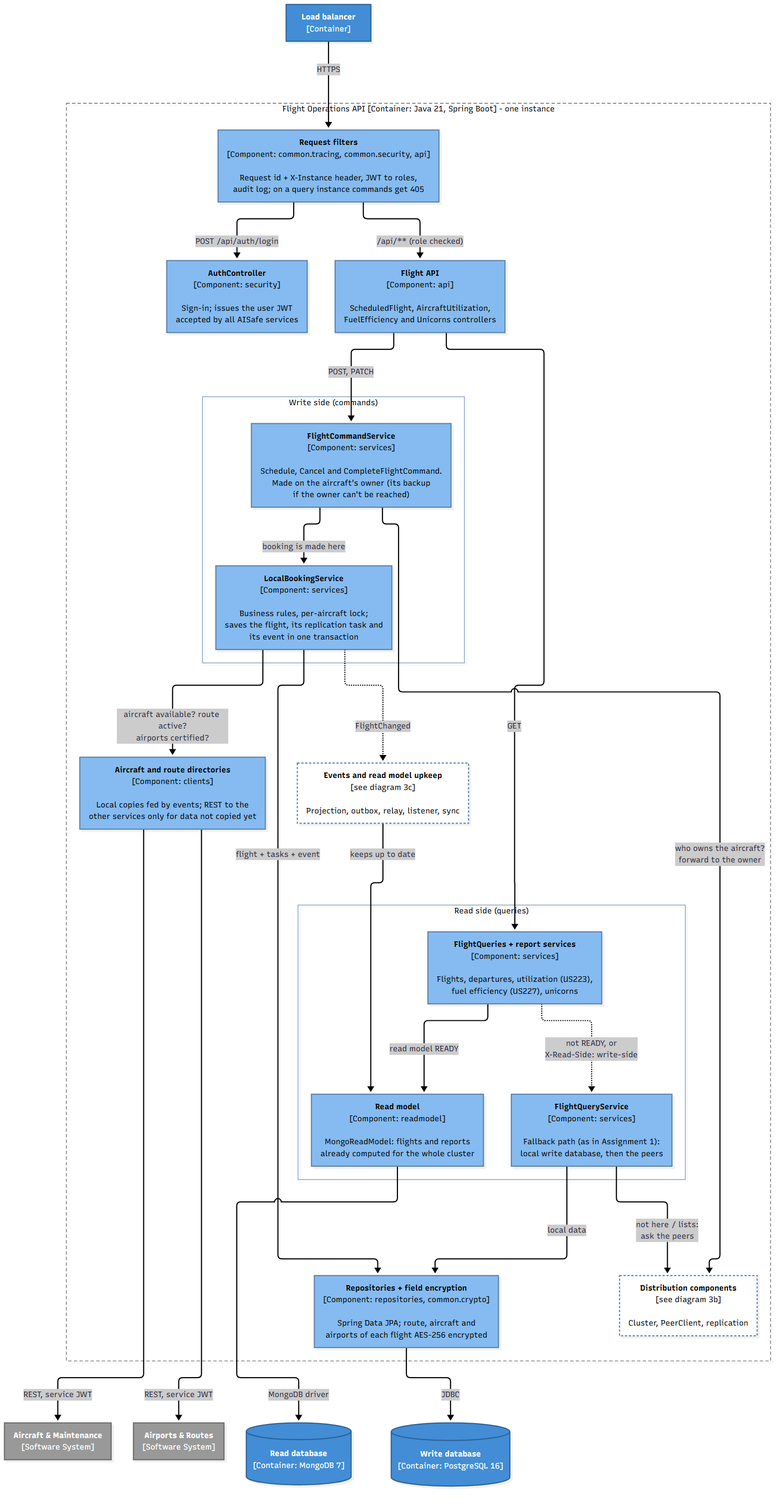
ImJay1527/flight-operations-service keeps this Mermaid diagram as docs/c4/3a-components-requests.png. Above is the earlier version. Its source is kept beside it as docs/c4/3a-components-requests.mmd.
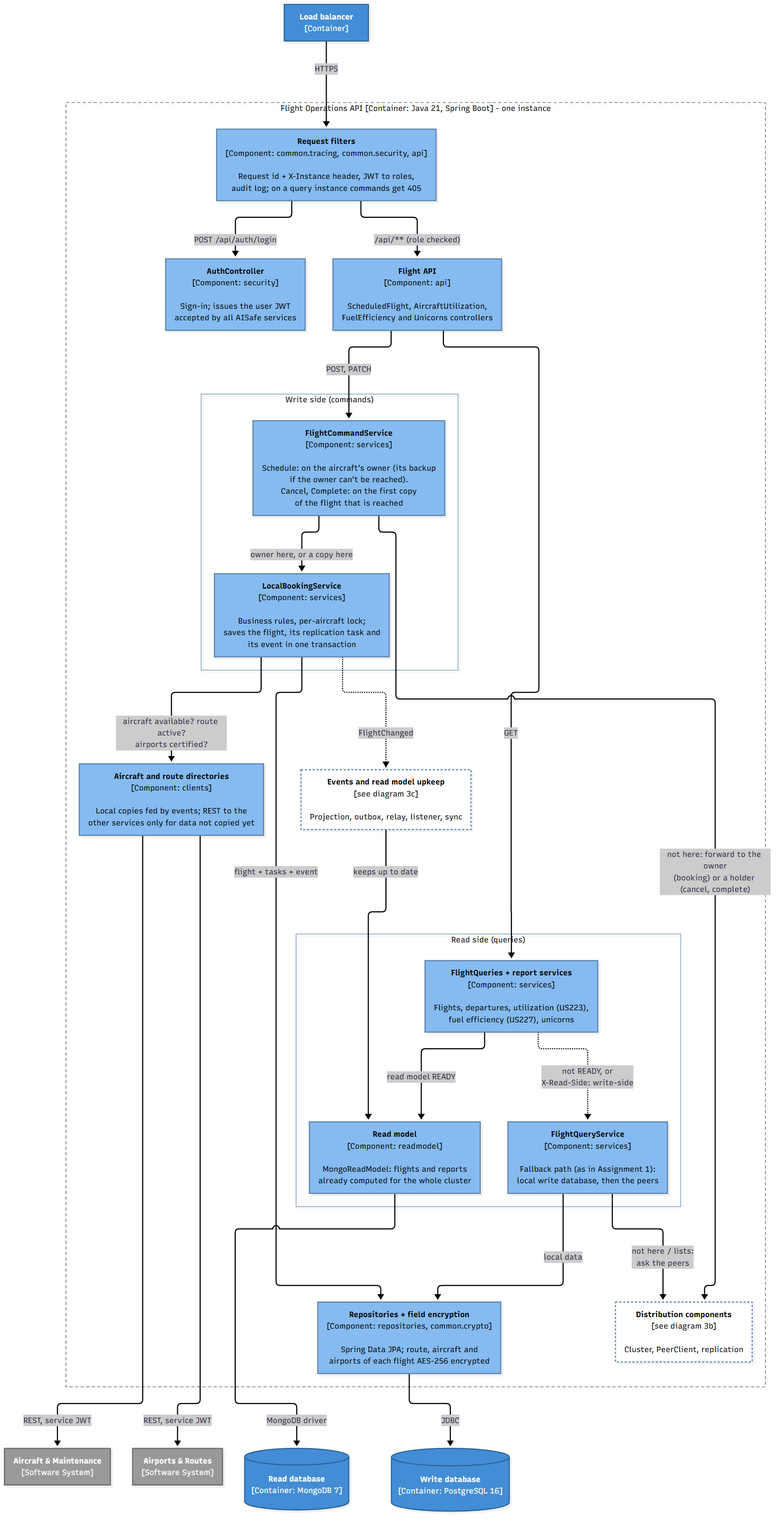
The same diagram one commit later.

Commit message:
Cancel and complete in the C4 views, A2 screenshots, folder 17 waits for the projection

Diff of the diagram source:
```diff
@@ -15,7 +15,7 @@
 
         subgraph CMD["Write side (commands)"]
             direction TB
-            commands["<b>FlightCommandService</b><br/>[Component: services]<br/><br/>Schedule, Cancel and CompleteFlightCommand.<br/>Made on the aircraft's owner (its backup<br/>if the owner can't be reached)"]
+            commands["<b>FlightCommandService</b><br/>[Component: services]<br/><br/>Schedule: on the aircraft's owner (its backup<br/>if the owner can't be reached).<br/>Cancel, Complete: on the first copy<br/>of the flight that is reached"]
             lbs["<b>LocalBookingService</b><br/>[Component: services]<br/><br/>Business rules, per-aircraft lock;<br/>saves the flight, its replication task and<br/>its event in one transaction"]
         end
 
@@ -42,8 +42,8 @@
     filters -->|"/api/** (role checked)"| flightApi
     flightApi -->|"POST, PATCH"| commands
     flightApi -->|"GET"| queries
-    commands -->|"who owns the aircraft?<br/>forward to the owner"| dist
-    commands -->|"booking is made here"| lbs
+    commands -->|"not here: forward to the owner<br/>(booking) or a holder (cancel, complete)"| dist
+    commands -->|"owner here, or a copy here"| lbs
     lbs -->|"aircraft available? route active?<br/>airports certified?"| clients
     lbs -->|"flight + tasks + event"| repos
     lbs -.->|"FlightChanged"| events
```
